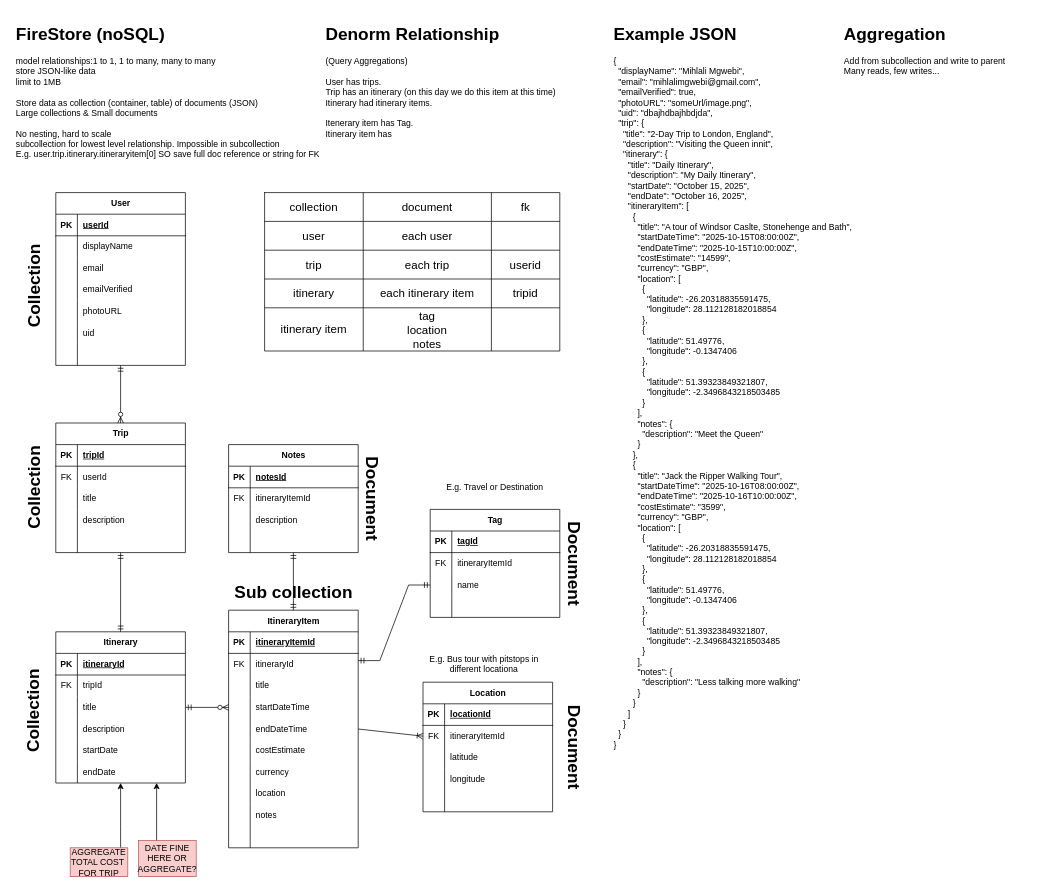
MihlaliMgwebi/Holiday-Planner-2.0 keeps this draw.io diagram as HolidayPlanner.drawio. Above is the earlier version. Source tidied: cells renumbered, new cells numbered last; positions are measured from the earlier drawing's top-left corner, leaving out a move shared by most shapes. Both pictures are drawn from the tidied source at 72%, with x=0, y=0 at pixel (-3, 19).
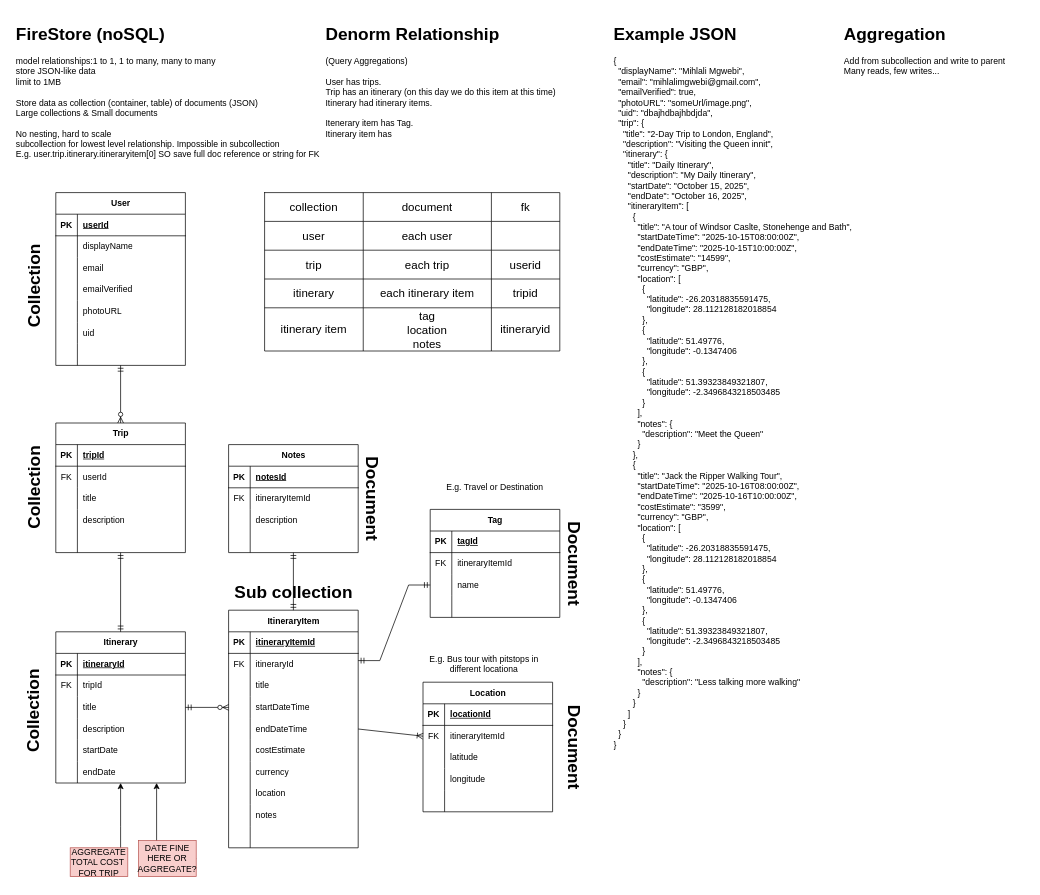
The same page after the edit.

The change refers to these unchanged cells:
```xml
<mxCell id="160" style="shape=tableRow;horizontal=0;startSize=0;swimlaneHead=0;swimlaneBody=0;strokeColor=inherit;top=0;left=0;bottom=0;right=0;fillColor=none;fontSize=16;" parent="143" vertex="1">
  <mxGeometry y="160" width="410" height="60" as="geometry" />
</mxCell>
```

Diff of the diagram source:
```diff
@@
-    <mxCell id="163" style="shape=partialRectangle;html=1;whiteSpace=wrap;strokeColor=inherit;overflow=hidden;fillColor=none;top=0;left=0;bottom=0;right=0;fontSize=16;" parent="160" vertex="1">
+    <mxCell id="163" value="itineraryid" style="shape=partialRectangle;html=1;whiteSpace=wrap;strokeColor=inherit;overflow=hidden;fillColor=none;top=0;left=0;bottom=0;right=0;fontSize=16;" parent="160" vertex="1">
       <mxGeometry x="315" width="95" height="60" as="geometry" />
     </mxCell>
```
